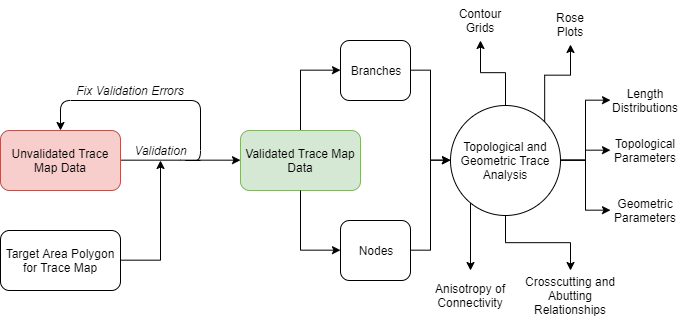
nialov/fractopo keeps this draw.io diagram as docs/_images/fractopo_2d_diagram.png. Above is the earlier version. Source tidied: cells renumbered, new cells last; positions are measured from the earlier drawing's top-left corner, leaving out a move shared by most shapes.
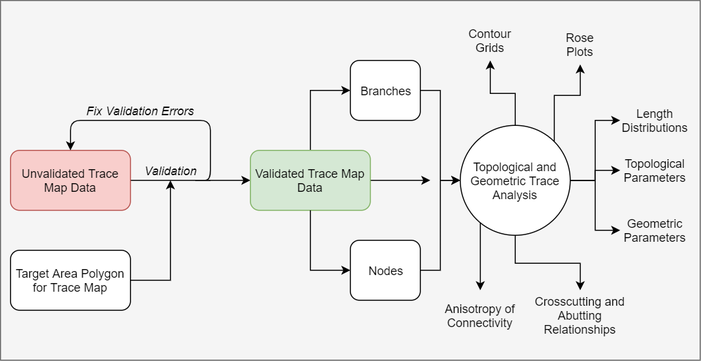
Later version of the same file.

Change to the diagram source:
```diff
@@ -1,7 +1,10 @@
-<mxGraphModel>
+<mxGraphModel background="#E6E6E6">
   <root>
     <mxCell id="0" />
     <mxCell id="1" parent="0" />
+    <mxCell id="31" style="rounded=0;whiteSpace=wrap;html=1;fillColor=#f5f5f5;strokeColor=#666666;fontColor=#333333;" parent="1" vertex="1">
+      <mxGeometry x="-10" y="-20" width="700" height="360" as="geometry" />
+    </mxCell>
     <mxCell id="2" style="edgeStyle=orthogonalEdgeStyle;rounded=0;jettySize=auto;html=1;entryX=0;entryY=0.5;entryDx=0;entryDy=0;" parent="1" edge="1" source="3" target="5">
       <mxGeometry relative="1" as="geometry" />
     </mxCell>
@@ -15,6 +18,11 @@
         </Array>
       </mxGeometry>
     </mxCell>
+    <mxCell id="32" style="edgeStyle=orthogonalEdgeStyle;rounded=0;jettySize=auto;html=1;" parent="1" edge="1" source="5">
+      <mxGeometry relative="1" as="geometry">
+        <mxPoint x="420" y="160" as="targetPoint" />
+      </mxGeometry>
+    </mxCell>
     <mxCell id="5" value="Validated Trace Map Data" style="rounded=1;whiteSpace=wrap;html=1;fillColor=#d5e8d4;strokeColor=#82b366;" parent="1" vertex="1">
       <mxGeometry x="240" y="130" width="120" height="60" as="geometry" />
     </mxCell>
```
